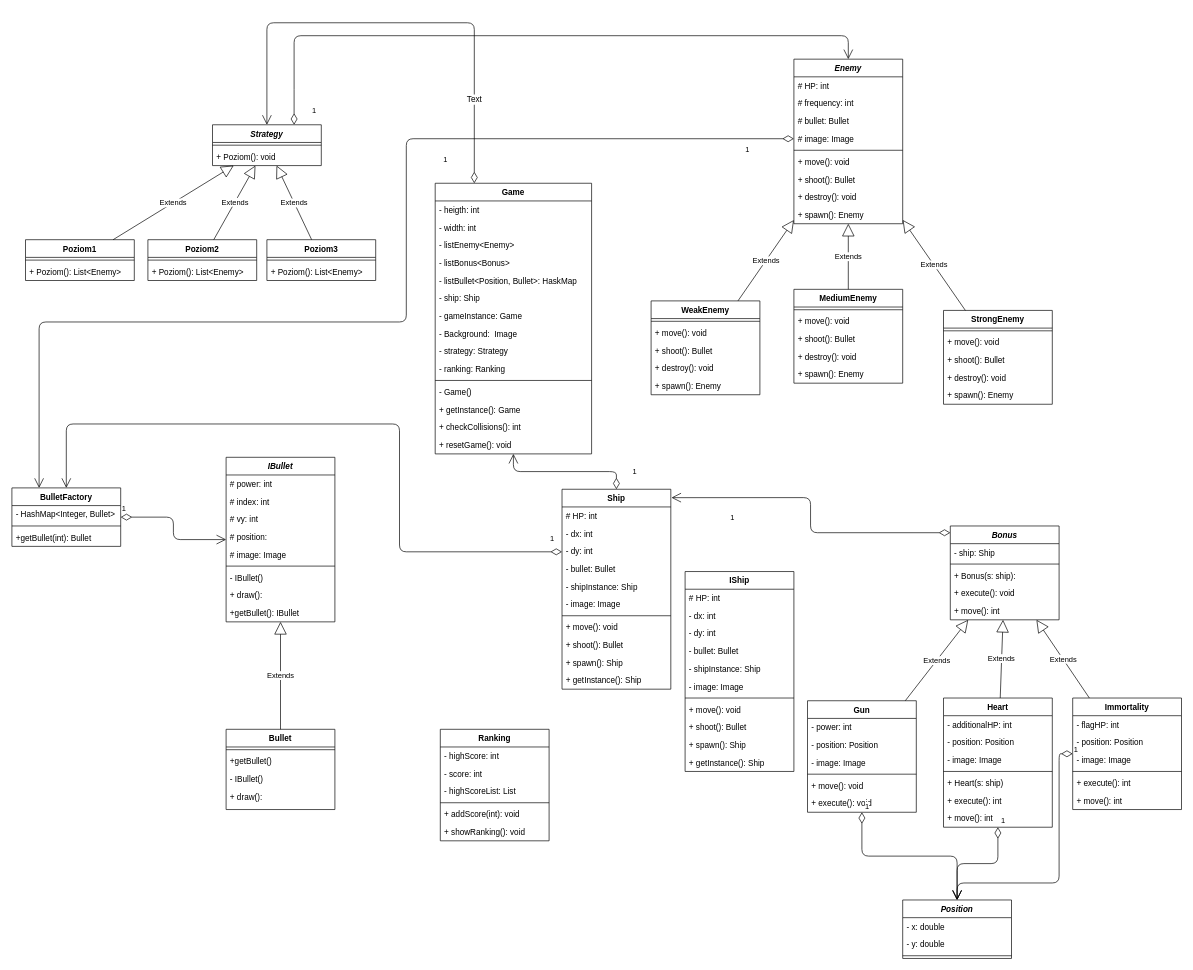
Earlier version of the draw.io diagram page "Page-2" (2 of 2) of ZTP - diagramy wzorców.drawio (MichalGawedzki/ZTP-statki). Source tidied: cells renumbered, new cells numbered last; positions are measured from the earlier drawing's top-left corner, leaving out a move shared by most shapes. Both pictures are drawn from the tidied source at 68%, with x=0, y=0 at pixel (12, 22).
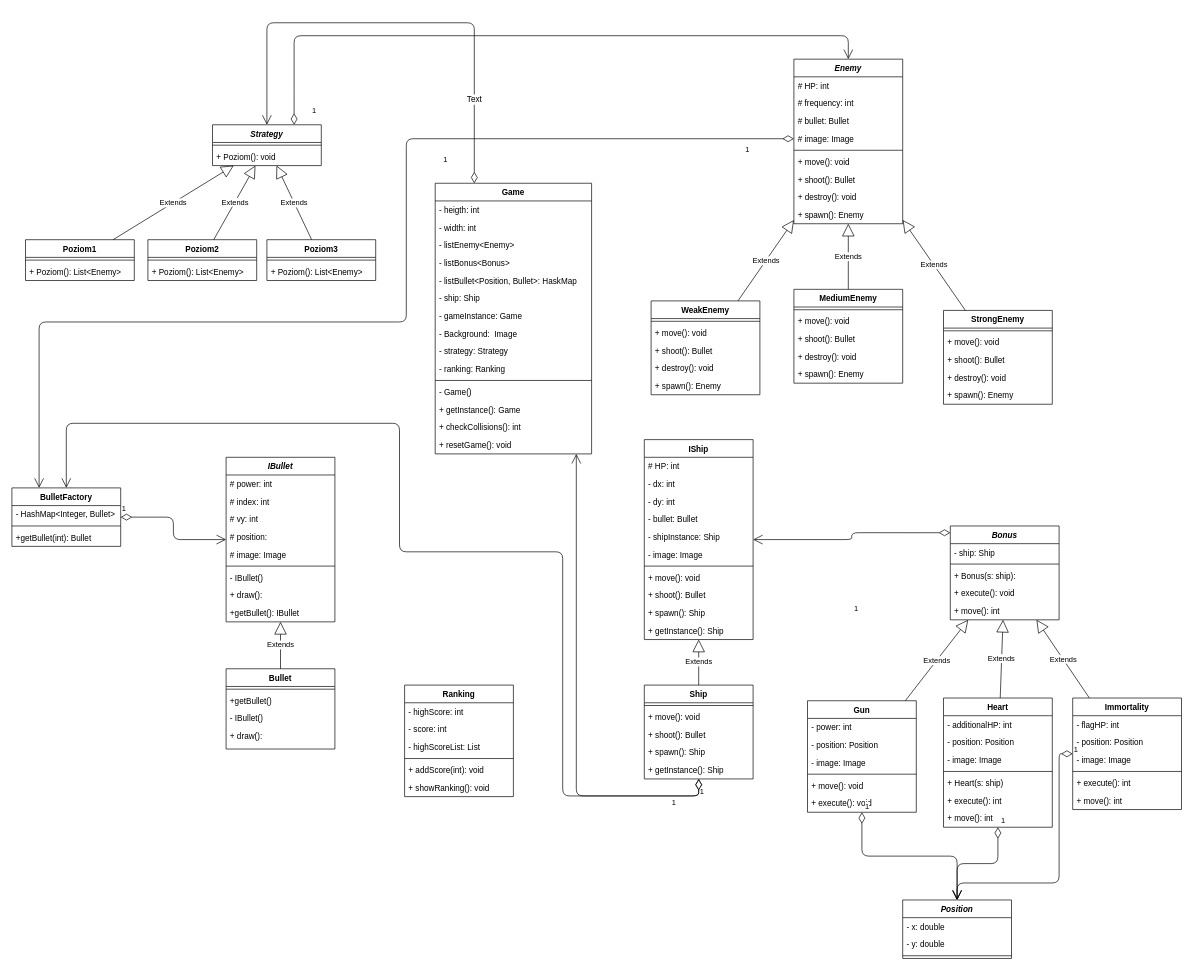
Above is the later version.

Unchanged cells that the change refers to:
```xml
<mxCell id="52" value="Bonus" style="swimlane;fontStyle=3;align=center;verticalAlign=top;horizontal=1;startSize=26;" parent="1" vertex="1">
  <mxGeometry x="1380" y="740" width="160" height="138" as="geometry" />
</mxCell>
<mxCell id="69" value="BulletFactory" style="swimlane;fontStyle=1;align=center;verticalAlign=top;horizontal=1;startSize=26;" parent="1" vertex="1">
  <mxGeometry y="684" width="160" height="86" as="geometry" />
</mxCell>
<mxCell id="84" value="Game" style="swimlane;fontStyle=1;align=center;verticalAlign=top;horizontal=1;startSize=26;" parent="1" vertex="1">
  <mxGeometry x="622.5" y="236" width="230" height="398" as="geometry" />
</mxCell>
```

Change to the diagram source:
```diff
@@
     <mxCell id="33" value="Ship" style="swimlane;fontStyle=1;align=center;verticalAlign=top;horizontal=1;startSize=26;" parent="1" vertex="1">
-      <mxGeometry x="809" y="686" width="160" height="294" as="geometry" />
+      <mxGeometry x="930" y="974" width="160" height="138" as="geometry" />
     </mxCell>
-    <mxCell id="34" value="# HP: int" style="text;strokeColor=none;fillColor=none;align=left;verticalAlign=top;spacingLeft=4;spacingRight=4;overflow=hidden;" parent="33" vertex="1">
-      <mxGeometry y="26" width="160" height="26" as="geometry" />
-    </mxCell>
-    <mxCell id="35" value="- dx: int" style="text;strokeColor=none;fillColor=none;align=left;verticalAlign=top;spacingLeft=4;spacingRight=4;overflow=hidden;" parent="33" vertex="1">
-      <mxGeometry y="52" width="160" height="26" as="geometry" />
-    </mxCell>
-    <mxCell id="36" value="- dy: int" style="text;strokeColor=none;fillColor=none;align=left;verticalAlign=top;spacingLeft=4;spacingRight=4;overflow=hidden;" parent="33" vertex="1">
-      <mxGeometry y="78" width="160" height="26" as="geometry" />
-    </mxCell>
-    <mxCell id="37" value="- bullet: Bullet" style="text;strokeColor=none;fillColor=none;align=left;verticalAlign=top;spacingLeft=4;spacingRight=4;overflow=hidden;" parent="33" vertex="1">
-      <mxGeometry y="104" width="160" height="26" as="geometry" />
-    </mxCell>
-    <mxCell id="38" value="- shipInstance: Ship" style="text;strokeColor=none;fillColor=none;align=left;verticalAlign=top;spacingLeft=4;spacingRight=4;overflow=hidden;" parent="33" vertex="1">
-      <mxGeometry y="130" width="160" height="26" as="geometry" />
-    </mxCell>
-    <mxCell id="39" value="- image: Image" style="text;strokeColor=none;fillColor=none;align=left;verticalAlign=top;spacingLeft=4;spacingRight=4;overflow=hidden;" parent="33" vertex="1">
-      <mxGeometry y="156" width="160" height="26" as="geometry" />
-    </mxCell>
     <mxCell id="40" style="line;strokeWidth=1;fillColor=none;align=left;verticalAlign=middle;spacingTop=-1;spacingLeft=3;spacingRight=3;labelPosition=right;" parent="33" vertex="1">
-      <mxGeometry y="182" width="160" height="8" as="geometry" />
+      <mxGeometry y="26" width="160" height="8" as="geometry" />
     </mxCell>
     <mxCell id="41" value="+ move(): void" style="text;strokeColor=none;fillColor=none;align=left;verticalAlign=top;spacingLeft=4;spacingRight=4;overflow=hidden;" parent="33" vertex="1">
-      <mxGeometry y="190" width="160" height="26" as="geometry" />
+      <mxGeometry y="34" width="160" height="26" as="geometry" />
     </mxCell>
     <mxCell id="42" value="+ shoot(): Bullet" style="text;strokeColor=none;fillColor=none;align=left;verticalAlign=top;spacingLeft=4;spacingRight=4;overflow=hidden;" parent="33" vertex="1">
-      <mxGeometry y="216" width="160" height="26" as="geometry" />
+      <mxGeometry y="60" width="160" height="26" as="geometry" />
     </mxCell>
     <mxCell id="43" value="+ spawn(): Ship" style="text;strokeColor=none;fillColor=none;align=left;verticalAlign=top;spacingLeft=4;spacingRight=4;overflow=hidden;" parent="33" vertex="1">
-      <mxGeometry y="242" width="160" height="26" as="geometry" />
+      <mxGeometry y="86" width="160" height="26" as="geometry" />
     </mxCell>
     <mxCell id="44" value="+ getInstance(): Ship" style="text;strokeColor=none;fillColor=none;align=left;verticalAlign=top;spacingLeft=4;spacingRight=4;overflow=hidden;" parent="33" vertex="1">
-      <mxGeometry y="268" width="160" height="26" as="geometry" />
+      <mxGeometry y="112" width="160" height="26" as="geometry" />
     </mxCell>
@@
-    <mxCell id="66" value="1" style="endArrow=open;html=1;endSize=12;startArrow=diamondThin;startSize=14;startFill=0;edgeStyle=orthogonalEdgeStyle;align=left;verticalAlign=bottom;entryX=1.006;entryY=0.042;entryDx=0;entryDy=0;entryPerimeter=0;exitX=0;exitY=0.072;exitDx=0;exitDy=0;exitPerimeter=0;" parent="1" edge="1" source="52" target="33">
+    <mxCell id="66" value="1" style="endArrow=open;html=1;endSize=12;startArrow=diamondThin;startSize=14;startFill=0;edgeStyle=orthogonalEdgeStyle;align=left;verticalAlign=bottom;exitX=0;exitY=0.072;exitDx=0;exitDy=0;exitPerimeter=0;" parent="1" edge="1" source="52" target="149">
       <mxGeometry x="-0.05" y="120" relative="1" as="geometry" />
     </mxCell>
@@
     <mxCell id="100" value="Bullet" style="swimlane;fontStyle=1;align=center;verticalAlign=top;horizontal=1;startSize=26;" parent="1" vertex="1">
-      <mxGeometry x="315" y="1039" width="160" height="118" as="geometry" />
+      <mxGeometry x="315" y="950" width="160" height="118" as="geometry" />
     </mxCell>
@@
     <mxCell id="124" value="Ranking" style="swimlane;fontStyle=1;align=center;verticalAlign=top;horizontal=1;startSize=26;" parent="1" vertex="1">
-      <mxGeometry x="630" y="1039" width="160" height="164" as="geometry" />
+      <mxGeometry x="577.5" y="974" width="160" height="164" as="geometry" />
     </mxCell>
@@
     <mxCell id="131" value="1" style="endArrow=open;html=1;endSize=12;startArrow=diamondThin;startSize=14;startFill=0;edgeStyle=orthogonalEdgeStyle;align=left;verticalAlign=bottom;" parent="1" edge="1" source="33" target="84">
-      <mxGeometry x="-0.82" y="-22" relative="1" as="geometry">
-        <mxPoint y="1" as="offset" />
+      <mxGeometry x="-0.93" y="3" relative="1" as="geometry">
+        <Array as="points">
+          <mxPoint x="830" y="1137" />
+        </Array>
       </mxGeometry>
     </mxCell>
@@
     <mxCell id="136" value="1" style="endArrow=open;html=1;endSize=12;startArrow=diamondThin;startSize=14;startFill=0;edgeStyle=orthogonalEdgeStyle;align=left;verticalAlign=bottom;" parent="1" edge="1" source="33" target="69">
-      <mxGeometry x="-0.51" y="-220" relative="1" as="geometry">
+      <mxGeometry x="-0.97" y="-20" relative="1" as="geometry">
         <Array as="points">
+          <mxPoint x="810" y="1137" />
+          <mxPoint x="810" y="778" />
           <mxPoint x="570" y="778" />
-          <mxPoint x="570" y="590" />
-          <mxPoint x="80" y="590" />
+          <mxPoint x="570" y="589" />
+          <mxPoint x="80" y="589" />
         </Array>
-        <mxPoint y="-1" as="offset" />
+        <mxPoint x="-21" y="20" as="offset" />
       </mxGeometry>
     </mxCell>
@@
     <mxCell id="149" value="IShip" style="swimlane;fontStyle=1;align=center;verticalAlign=top;horizontal=1;startSize=26;" parent="1" vertex="1">
-      <mxGeometry x="990" y="807" width="160" height="294" as="geometry" />
+      <mxGeometry x="930" y="613" width="160" height="294" as="geometry" />
     </mxCell>
@@
+    <mxCell id="161" value="Extends" style="endArrow=block;endSize=16;endFill=0;html=1;" parent="1" edge="1" source="33" target="149">
+      <mxGeometry relative="1" as="geometry" />
+    </mxCell>
```
